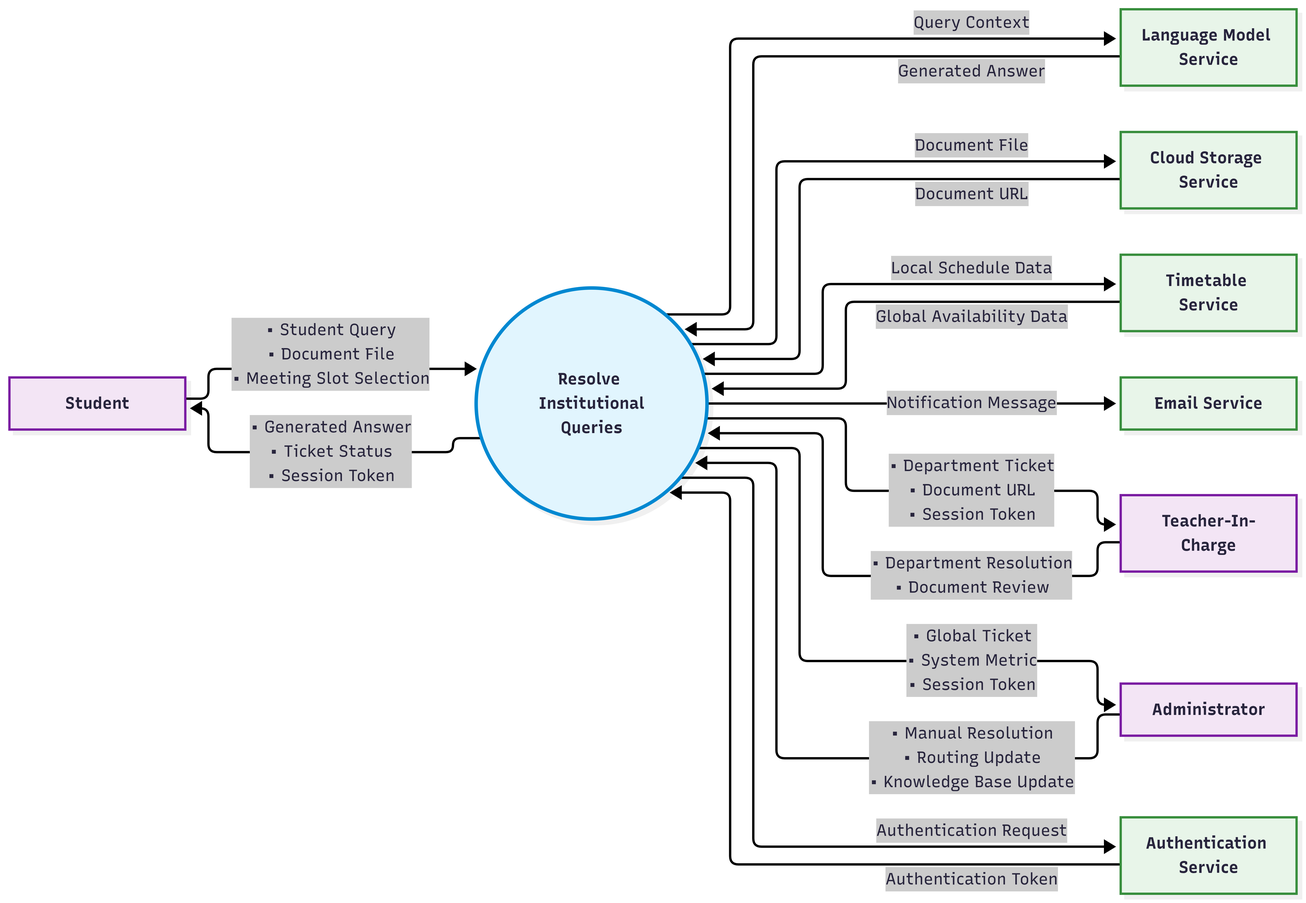
The Mermaid diagram SE/ideathon/documents/L0-DFD.png in aryanhrc3428/Semester-5, before a commit. Its source is kept beside it as SE/ideathon/documents/L0-DFD.mmd.
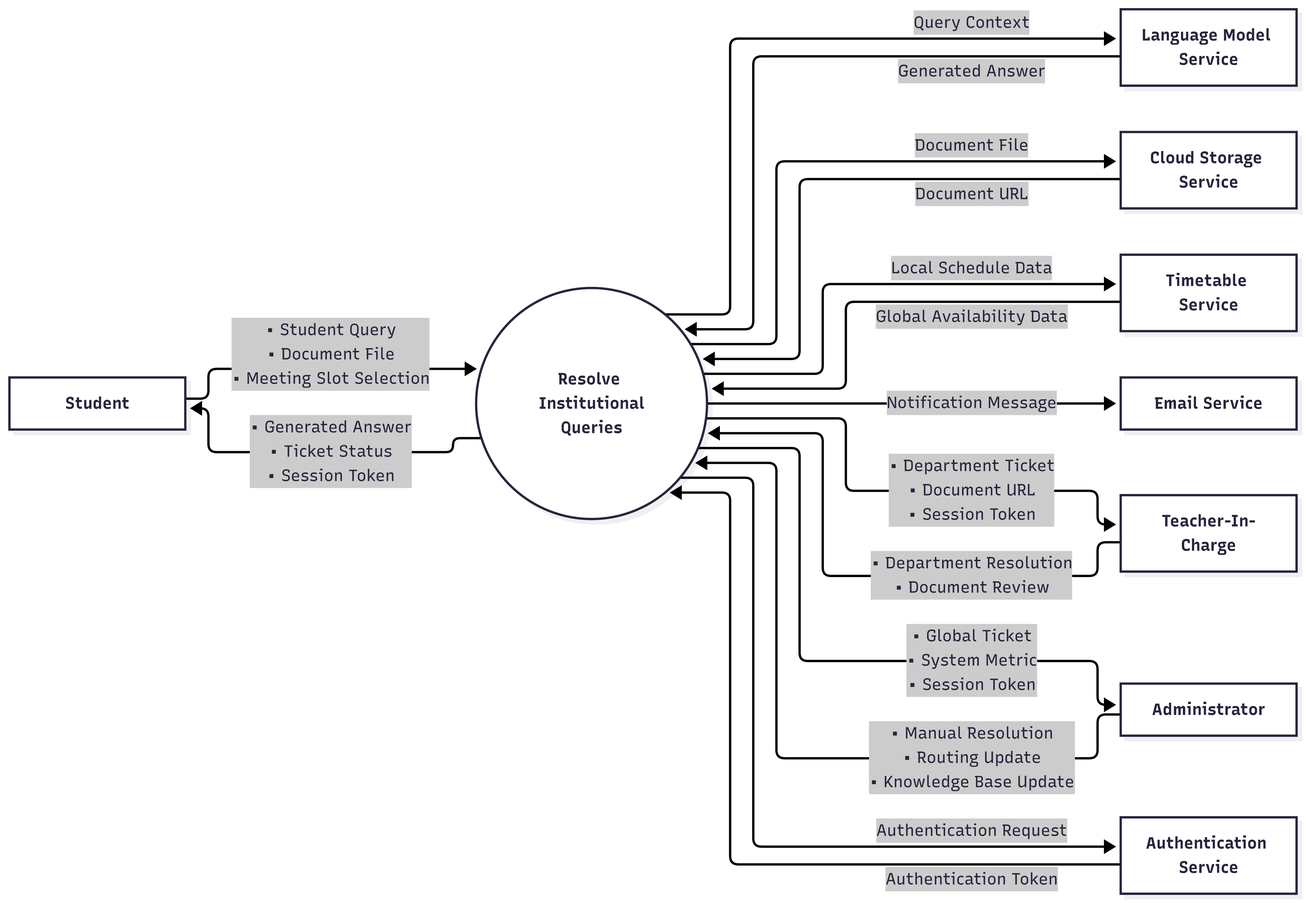
The same diagram one commit later.

Diff of the diagram source:
```diff
@@ -38,11 +38,3 @@
     ExtLLM -->|"Generated Answer"| SystemCore
     ExtS3 -->|"Document URL"| SystemCore
     ExtTimetable -->|"Global Availability Data"| SystemCore
-
-    classDef coreStyle fill:#e1f5fe,stroke:#0288d1,stroke-width:3px;
-    classDef actorStyle fill:#f3e5f5,stroke:#7b1fa2,stroke-width:2px;
-    classDef extStyle fill:#e8f5e9,stroke:#388e3c,stroke-width:2px;
-
-    class SystemCore coreStyle;
-    class Student,Admin,TIC actorStyle;
-    class ExtAuth,ExtLLM,ExtS3,ExtTimetable,ExtEmail extStyle;
```
